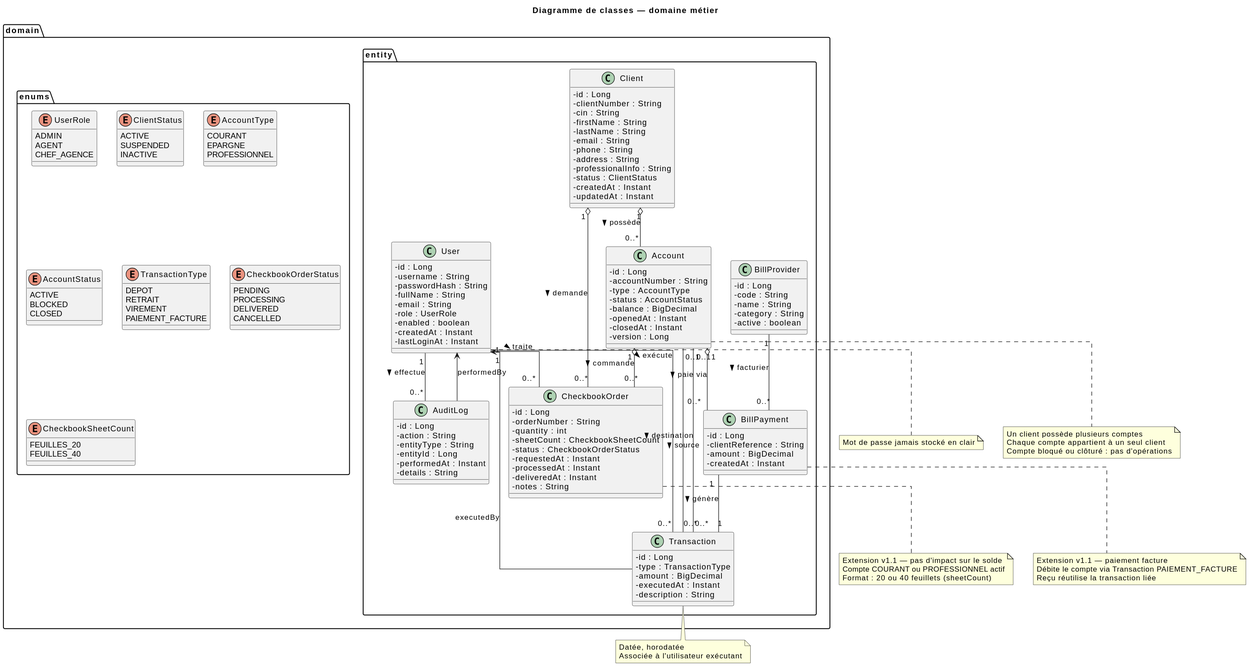
Above: documentation/uml/diagramme-classes.svg in aminabensouda106-gif/banque1 (PlantUML), before the change.
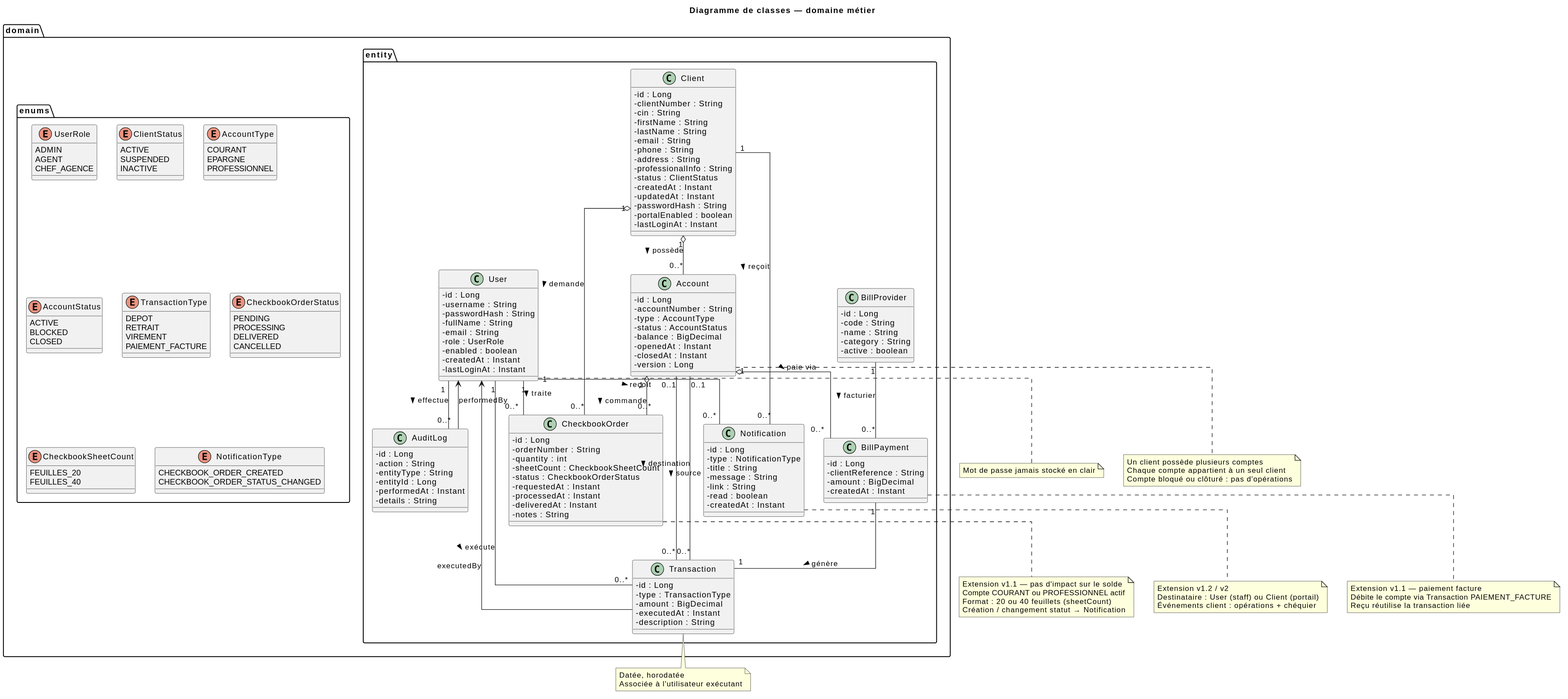
Above is the later version.

What changed in the source:
```diff
@@ -42,6 +42,10 @@
     FEUILLES_20
     FEUILLES_40
   }
+  enum NotificationType {
+    CHECKBOOK_ORDER_CREATED
+    CHECKBOOK_ORDER_STATUS_CHANGED
+  }
 }
 
 package "domain.entity" {
@@ -71,6 +75,9 @@
     - status : ClientStatus
     - createdAt : Instant
     - updatedAt : Instant
+    - passwordHash : String
+    - portalEnabled : boolean
+    - lastLoginAt : Instant
   }
 
   class Account {
@@ -127,13 +134,25 @@
     - performedAt : Instant
     - details : String
   }
+
+  class Notification {
+    - id : Long
+    - type : NotificationType
+    - title : String
+    - message : String
+    - link : String
+    - read : boolean
+    - createdAt : Instant
+  }
 }
 
 Client "1" o-- "0..*" Account : possède >
 Client "1" o-- "0..*" CheckbookOrder : demande >
+Client "1" -- "0..*" Notification : reçoit >
 User "1" -- "0..*" Transaction : exécute >
 User "1" -- "0..*" CheckbookOrder : traite >
 User "1" -- "0..*" AuditLog : effectue >
+User "1" -- "0..*" Notification : reçoit >
 Account "0..1" -- "0..*" Transaction : source >
 Account "0..1" -- "0..*" Transaction : destination >
 Account "1" o-- "0..*" BillPayment : paie via >
@@ -159,6 +178,13 @@
   Extension v1.1 — pas d'impact sur le solde
   Compte COURANT ou PROFESSIONNEL actif
   Format : 20 ou 40 feuillets (sheetCount)
+  Création / changement statut → Notification
+end note
+
+note bottom of Notification
+  Extension v1.2 / v2
+  Destinataire : User (staff) ou Client (portail)
+  Événements client : opérations + chéquier
 end note
 
 note bottom of Transaction
```
